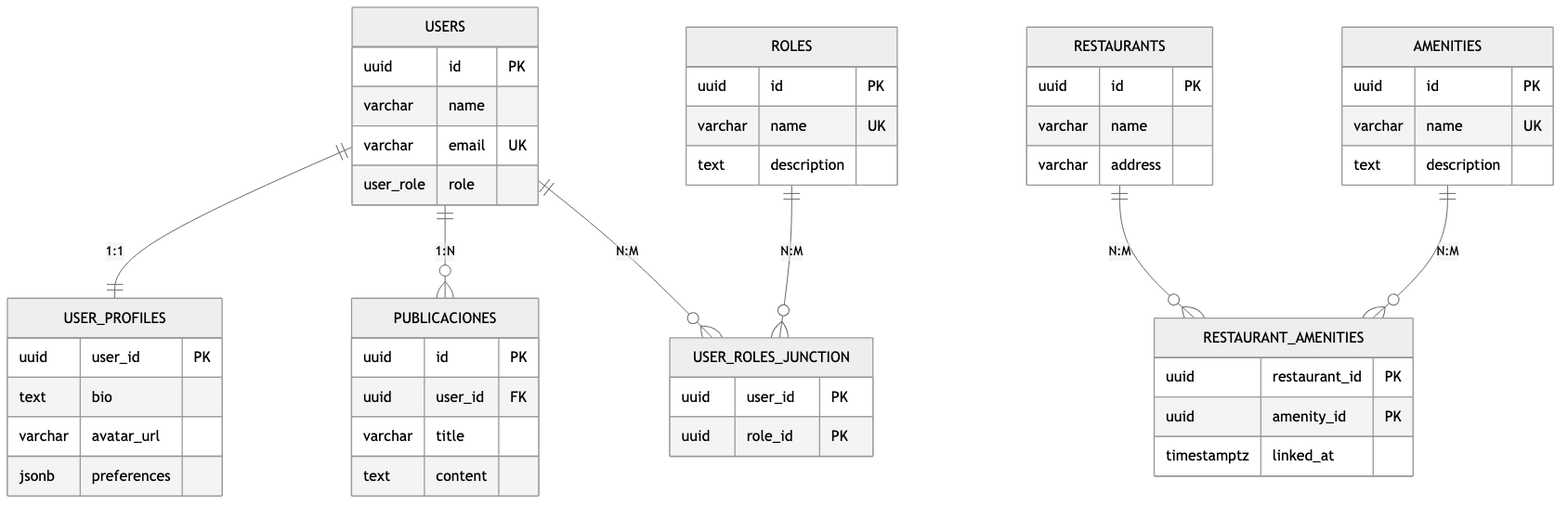
Above: database/ERD-rubrica.png in carlos-deanda/chefsito (Mermaid), before the change. Its source is kept beside it as database/ERD-rubrica.mmd. Its diagram source:
```mermaid
erDiagram
    USERS ||--|| USER_PROFILES : "1:1"
    USERS ||--o{ PUBLICACIONES : "1:N"
    USERS ||--o{ USER_ROLES_JUNCTION : "N:M"
    ROLES ||--o{ USER_ROLES_JUNCTION : "N:M"
    RESTAURANTS ||--o{ RESTAURANT_AMENITIES : "N:M"
    AMENITIES ||--o{ RESTAURANT_AMENITIES : "N:M"

    USERS {
        uuid id PK
        varchar name
        varchar email UK
        user_role role
    }

    USER_PROFILES {
        uuid user_id PK
        text bio
        varchar avatar_url
        jsonb preferences
    }

    PUBLICACIONES {
        uuid id PK
        uuid user_id FK
        varchar title
        text content
    }

    ROLES {
        uuid id PK
        varchar name UK
        text description
    }

    USER_ROLES_JUNCTION {
        uuid user_id PK
        uuid role_id PK
    }

    RESTAURANTS {
        uuid id PK
        varchar name
        varchar address
    }

    AMENITIES {
        uuid id PK
        varchar name UK
        text description
    }

    RESTAURANT_AMENITIES {
        uuid restaurant_id PK
        uuid amenity_id PK
        timestamptz linked_at
    }
```
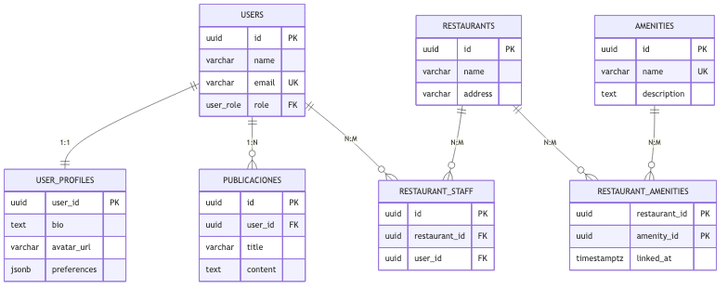
The same diagram one commit later.

What changed in the source:
```diff
@@ -1,8 +1,8 @@
 erDiagram
     USERS ||--|| USER_PROFILES : "1:1"
     USERS ||--o{ PUBLICACIONES : "1:N"
-    USERS ||--o{ USER_ROLES_JUNCTION : "N:M"
-    ROLES ||--o{ USER_ROLES_JUNCTION : "N:M"
+    USERS ||--o{ RESTAURANT_STAFF : "N:M"
+    RESTAURANTS ||--o{ RESTAURANT_STAFF : "N:M"
     RESTAURANTS ||--o{ RESTAURANT_AMENITIES : "N:M"
     AMENITIES ||--o{ RESTAURANT_AMENITIES : "N:M"
 
@@ -10,7 +10,7 @@
         uuid id PK
         varchar name
         varchar email UK
-        user_role role
+        user_role role FK
     }
 
     USER_PROFILES {
@@ -27,21 +27,16 @@
         text content
     }
 
-    ROLES {
-        uuid id PK
-        varchar name UK
-        text description
-    }
-
-    USER_ROLES_JUNCTION {
-        uuid user_id PK
-        uuid role_id PK
-    }
-
     RESTAURANTS {
         uuid id PK
         varchar name
         varchar address
+    }
+
+    RESTAURANT_STAFF {
+        uuid id PK
+        uuid restaurant_id FK
+        uuid user_id FK
     }
 
     AMENITIES {
```
